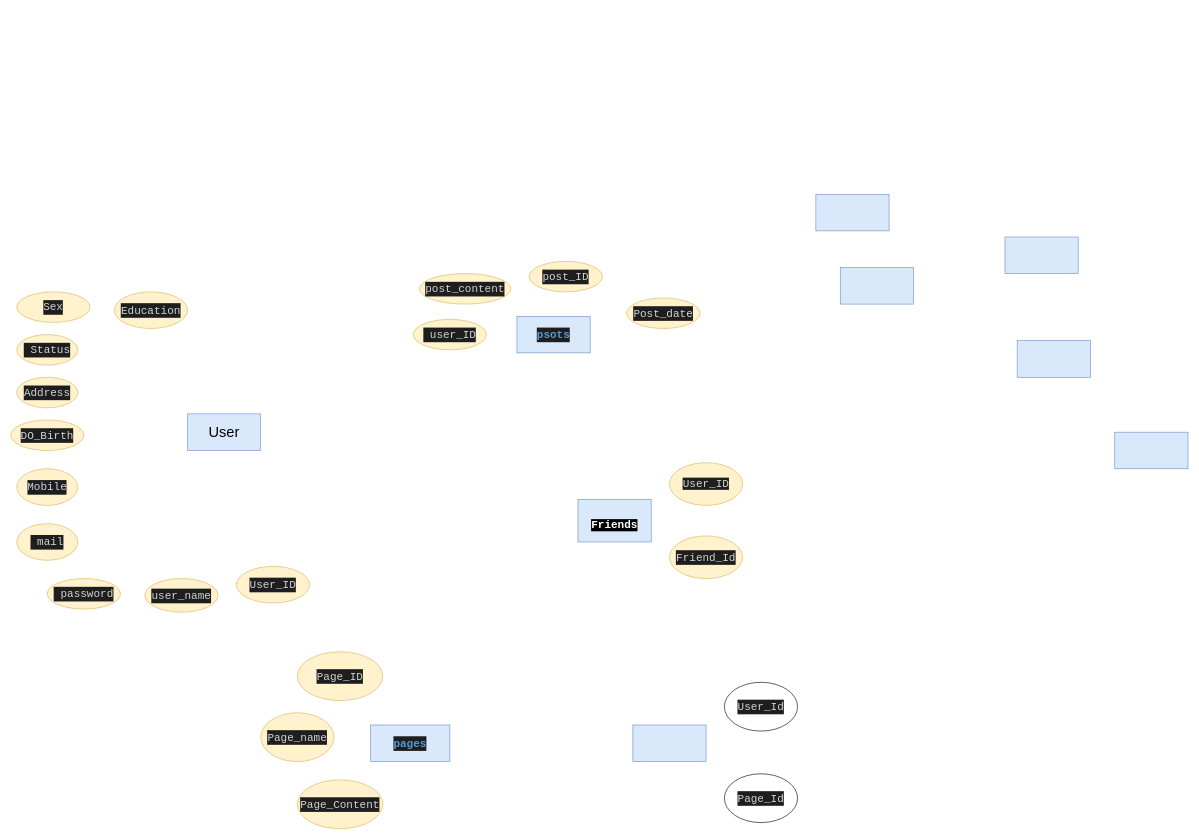
This is weyou/Untitled Diagram.drawio from elarabyelaidy19/database_of_databases, a draw.io file, before an edit. Source tidied: cells renumbered, new cells numbered last; positions are measured from the earlier drawing's top-left corner, leaving out a move shared by most shapes. Both pictures are drawn from the tidied source at 61%, with x=0, y=0 at pixel (10, 194).
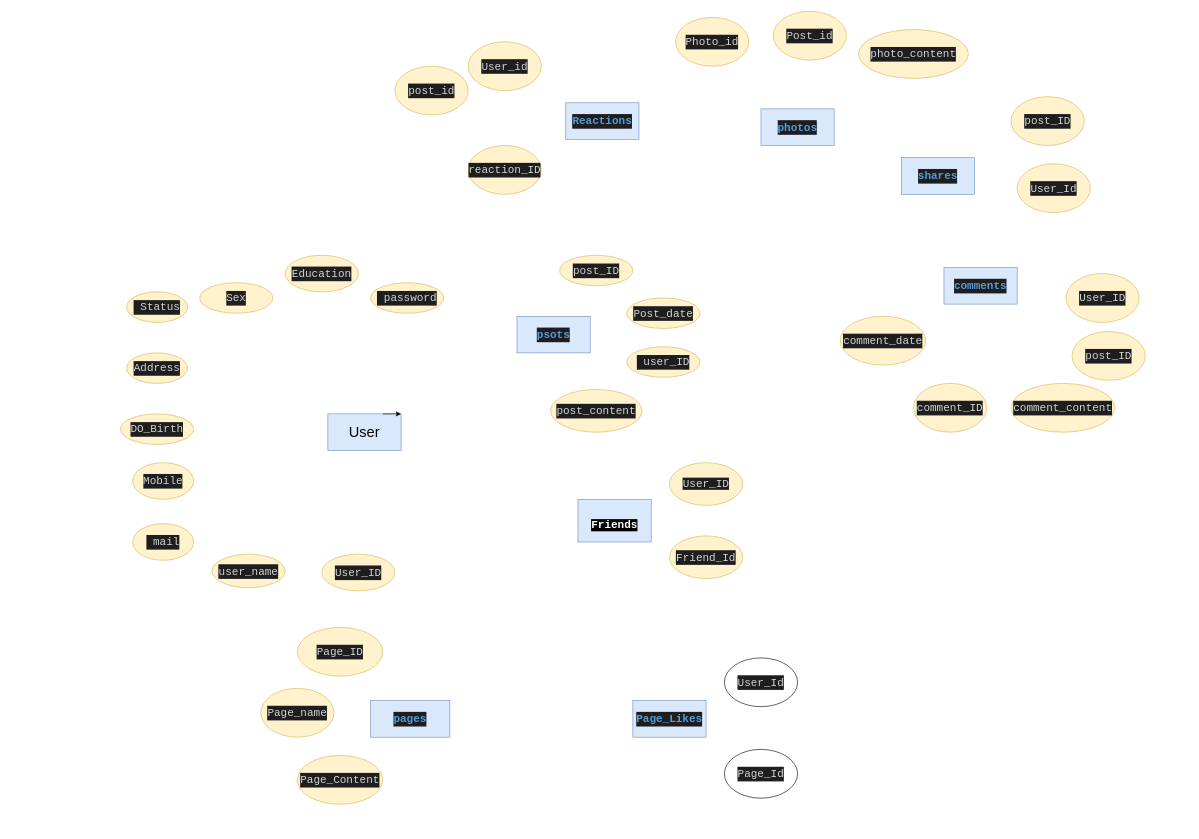
The same diagram, later.

Commit message:
Finsish ERD

The edit, as a diff of the source:
```diff
@@
-    <mxCell id="2" style="rounded=0;whiteSpace=wrap;html=1;fillColor=#dae8fc;strokeColor=#6c8ebf;" parent="1" vertex="1">
-      <mxGeometry x="1650" y="240" width="120" height="60" as="geometry" />
+    <mxCell id="2" value="&#10;&#10;&lt;div style=&quot;color: rgb(212, 212, 212); background-color: rgb(30, 30, 30); font-family: consolas, &amp;quot;courier new&amp;quot;, monospace; font-weight: normal; font-size: 18px; line-height: 24px;&quot;&gt;&lt;div&gt;&lt;span style=&quot;color: #569cd6 ; font-weight: bold&quot;&gt;comments&lt;/span&gt;&lt;/div&gt;&lt;/div&gt;&#10;&#10;" style="rounded=0;whiteSpace=wrap;html=1;fillColor=#dae8fc;strokeColor=#6c8ebf;" parent="1" vertex="1">
+      <mxGeometry x="1530" y="120" width="120" height="60" as="geometry" />
     </mxCell>
-    <mxCell id="3" style="rounded=0;whiteSpace=wrap;html=1;fillColor=#dae8fc;strokeColor=#6c8ebf;" parent="1" vertex="1">
-      <mxGeometry x="1020" y="870" width="120" height="60" as="geometry" />
+    <mxCell id="3" value="&#10;&#10;&lt;div style=&quot;color: rgb(212, 212, 212); background-color: rgb(30, 30, 30); font-family: consolas, &amp;quot;courier new&amp;quot;, monospace; font-weight: normal; font-size: 18px; line-height: 24px;&quot;&gt;&lt;div&gt;&lt;span style=&quot;color: #569cd6 ; font-weight: bold&quot;&gt;Page_Likes&lt;/span&gt;&lt;/div&gt;&lt;/div&gt;&#10;&#10;" style="rounded=0;whiteSpace=wrap;html=1;fillColor=#dae8fc;strokeColor=#6c8ebf;" parent="1" vertex="1">
+      <mxGeometry x="1020" y="830" width="120" height="60" as="geometry" />
     </mxCell>
@@
-    <mxCell id="5" style="rounded=0;whiteSpace=wrap;html=1;fillColor=#dae8fc;strokeColor=#6c8ebf;" parent="1" vertex="1">
-      <mxGeometry x="1360" y="120" width="120" height="60" as="geometry" />
+    <mxCell id="5" value="&#10;&#10;&lt;div style=&quot;color: rgb(212, 212, 212); background-color: rgb(30, 30, 30); font-family: consolas, &amp;quot;courier new&amp;quot;, monospace; font-weight: normal; font-size: 18px; line-height: 24px;&quot;&gt;&lt;div&gt;&lt;span style=&quot;color: #569cd6 ; font-weight: bold&quot;&gt;photos&lt;/span&gt;&lt;/div&gt;&lt;/div&gt;&#10;&#10;" style="rounded=0;whiteSpace=wrap;html=1;fillColor=#dae8fc;strokeColor=#6c8ebf;" parent="1" vertex="1">
+      <mxGeometry x="1230" y="-140" width="120" height="60" as="geometry" />
     </mxCell>
     <mxCell id="6" value="&lt;div style=&quot;color: rgb(212 , 212 , 212) ; background-color: rgb(30 , 30 , 30) ; font-family: &amp;#34;consolas&amp;#34; , &amp;#34;courier new&amp;#34; , monospace ; font-size: 18px ; line-height: 24px&quot;&gt;&lt;span style=&quot;color: #569cd6 ; font-weight: bold&quot;&gt;pages&lt;/span&gt;&lt;/div&gt;" style="rounded=0;whiteSpace=wrap;html=1;fillColor=#dae8fc;strokeColor=#6c8ebf;" parent="1" vertex="1">
-      <mxGeometry x="590" y="870" width="130" height="60" as="geometry" />
+      <mxGeometry x="590" y="830" width="130" height="60" as="geometry" />
     </mxCell>
     <mxCell id="7" value="&lt;font style=&quot;font-size: 24px&quot;&gt;User&lt;/font&gt;" style="rounded=0;whiteSpace=wrap;html=1;fillColor=#dae8fc;strokeColor=#6c8ebf;" parent="1" vertex="1">
-      <mxGeometry x="290" y="360" width="120" height="60" as="geometry" />
+      <mxGeometry x="520" y="360" width="120" height="60" as="geometry" />
     </mxCell>
@@
-    <mxCell id="9" style="rounded=0;whiteSpace=wrap;html=1;fillColor=#dae8fc;strokeColor=#6c8ebf;" parent="1" vertex="1">
-      <mxGeometry x="1810" y="390" width="120" height="60" as="geometry" />
-    </mxCell>
-    <mxCell id="10" style="rounded=0;whiteSpace=wrap;html=1;fillColor=#dae8fc;strokeColor=#6c8ebf;" parent="1" vertex="1">
-      <mxGeometry x="1630" y="70" width="120" height="60" as="geometry" />
+    <mxCell id="10" value="&#10;&#10;&lt;div style=&quot;color: rgb(212, 212, 212); background-color: rgb(30, 30, 30); font-family: consolas, &amp;quot;courier new&amp;quot;, monospace; font-weight: normal; font-size: 18px; line-height: 24px;&quot;&gt;&lt;div&gt;&lt;span style=&quot;color: #569cd6 ; font-weight: bold&quot;&gt;shares&lt;/span&gt;&lt;/div&gt;&lt;/div&gt;&#10;&#10;" style="rounded=0;whiteSpace=wrap;html=1;fillColor=#dae8fc;strokeColor=#6c8ebf;" parent="1" vertex="1">
+      <mxGeometry x="1460" y="-60" width="120" height="60" as="geometry" />
     </mxCell>
-    <mxCell id="11" style="rounded=0;whiteSpace=wrap;html=1;fillColor=#dae8fc;strokeColor=#6c8ebf;" parent="1" vertex="1">
-      <mxGeometry x="1320" width="120" height="60" as="geometry" />
+    <mxCell id="11" value="&lt;div style=&quot;color: rgb(212 , 212 , 212) ; background-color: rgb(30 , 30 , 30) ; font-family: &amp;#34;consolas&amp;#34; , &amp;#34;courier new&amp;#34; , monospace ; font-size: 18px ; line-height: 24px&quot;&gt;&lt;span style=&quot;color: #569cd6 ; font-weight: bold&quot;&gt;Reactions&lt;/span&gt;&lt;/div&gt;" style="rounded=0;whiteSpace=wrap;html=1;fillColor=#dae8fc;strokeColor=#6c8ebf;" parent="1" vertex="1">
+      <mxGeometry x="910" y="-150" width="120" height="60" as="geometry" />
     </mxCell>
     <mxCell id="12" value="&#10;&#10;&lt;div style=&quot;color: rgb(212, 212, 212); background-color: rgb(30, 30, 30); font-family: consolas, &amp;quot;courier new&amp;quot;, monospace; font-weight: normal; font-size: 18px; line-height: 24px;&quot;&gt;&lt;div&gt;&lt;span style=&quot;color: #d4d4d4&quot;&gt;user_name&lt;/span&gt;&lt;/div&gt;&lt;/div&gt;&#10;&#10;" style="ellipse;whiteSpace=wrap;html=1;fillColor=#fff2cc;strokeColor=#d6b656;" parent="1" vertex="1">
-      <mxGeometry x="220" y="630" width="120" height="55" as="geometry" />
+      <mxGeometry x="330" y="590" width="120" height="55" as="geometry" />
     </mxCell>
     <mxCell id="13" value="&#10;&#10;&lt;div style=&quot;color: rgb(212, 212, 212); background-color: rgb(30, 30, 30); font-family: consolas, &amp;quot;courier new&amp;quot;, monospace; font-weight: normal; font-size: 18px; line-height: 24px;&quot;&gt;&lt;div&gt;&lt;span style=&quot;color: #d4d4d4&quot;&gt;&amp;nbsp;Status&lt;/span&gt;&lt;/div&gt;&lt;/div&gt;&#10;&#10;" style="ellipse;whiteSpace=wrap;html=1;fillColor=#fff2cc;strokeColor=#d6b656;" parent="1" vertex="1">
-      <mxGeometry x="10" y="230" width="100" height="50" as="geometry" />
+      <mxGeometry x="190" y="160" width="100" height="50" as="geometry" />
     </mxCell>
     <mxCell id="14" value="&#10;&#10;&lt;div style=&quot;color: rgb(212, 212, 212); background-color: rgb(30, 30, 30); font-family: consolas, &amp;quot;courier new&amp;quot;, monospace; font-weight: normal; font-size: 18px; line-height: 24px;&quot;&gt;&lt;div&gt;&lt;span style=&quot;color: #d4d4d4&quot;&gt;DO_Birth&lt;/span&gt;&lt;/div&gt;&lt;/div&gt;&#10;&#10;" style="ellipse;whiteSpace=wrap;html=1;fillColor=#fff2cc;strokeColor=#d6b656;" parent="1" vertex="1">
-      <mxGeometry y="370" width="120" height="50" as="geometry" />
+      <mxGeometry x="180" y="360" width="120" height="50" as="geometry" />
     </mxCell>
     <mxCell id="15" value="&#10;&#10;&lt;div style=&quot;color: rgb(212, 212, 212); background-color: rgb(30, 30, 30); font-family: consolas, &amp;quot;courier new&amp;quot;, monospace; font-weight: normal; font-size: 18px; line-height: 24px;&quot;&gt;&lt;div&gt;&lt;span style=&quot;color: #d4d4d4&quot;&gt;Education&lt;/span&gt;&lt;/div&gt;&lt;/div&gt;&#10;&#10;" style="ellipse;whiteSpace=wrap;html=1;fillColor=#fff2cc;strokeColor=#d6b656;" parent="1" vertex="1">
-      <mxGeometry x="170" y="160" width="120" height="60" as="geometry" />
+      <mxGeometry x="450" y="100" width="120" height="60" as="geometry" />
     </mxCell>
     <mxCell id="16" value="&#10;&#10;&lt;div style=&quot;color: rgb(212, 212, 212); background-color: rgb(30, 30, 30); font-family: consolas, &amp;quot;courier new&amp;quot;, monospace; font-weight: normal; font-size: 18px; line-height: 24px;&quot;&gt;&lt;div&gt;&lt;span style=&quot;color: #d4d4d4&quot;&gt;&amp;nbsp;password&lt;/span&gt;&lt;/div&gt;&lt;/div&gt;&#10;&#10;" style="ellipse;whiteSpace=wrap;html=1;fillColor=#fff2cc;strokeColor=#d6b656;" parent="1" vertex="1">
-      <mxGeometry x="60" y="630" width="120" height="50" as="geometry" />
+      <mxGeometry x="590" y="145" width="120" height="50" as="geometry" />
     </mxCell>
     <mxCell id="17" value="&#10;&#10;&lt;div style=&quot;color: rgb(212, 212, 212); background-color: rgb(30, 30, 30); font-family: consolas, &amp;quot;courier new&amp;quot;, monospace; font-weight: normal; font-size: 18px; line-height: 24px;&quot;&gt;&lt;div&gt;&lt;span style=&quot;color: #d4d4d4&quot;&gt;Sex&lt;/span&gt;&lt;/div&gt;&lt;/div&gt;&#10;&#10;" style="ellipse;whiteSpace=wrap;html=1;fillColor=#fff2cc;strokeColor=#d6b656;" parent="1" vertex="1">
-      <mxGeometry x="10" y="160" width="120" height="50" as="geometry" />
+      <mxGeometry x="310" y="145" width="120" height="50" as="geometry" />
     </mxCell>
     <mxCell id="18" value="&#10;&#10;&lt;div style=&quot;color: rgb(212, 212, 212); background-color: rgb(30, 30, 30); font-family: consolas, &amp;quot;courier new&amp;quot;, monospace; font-weight: normal; font-size: 18px; line-height: 24px;&quot;&gt;&lt;div&gt;&lt;span style=&quot;color: #d4d4d4&quot;&gt;User_ID&lt;/span&gt;&lt;/div&gt;&lt;/div&gt;&#10;&#10;" style="ellipse;whiteSpace=wrap;html=1;fillColor=#fff2cc;strokeColor=#d6b656;" parent="1" vertex="1">
-      <mxGeometry x="370" y="610" width="120" height="60" as="geometry" />
+      <mxGeometry x="510" y="590" width="120" height="60" as="geometry" />
     </mxCell>
     <mxCell id="19" value="&#10;&#10;&lt;div style=&quot;color: rgb(212, 212, 212); background-color: rgb(30, 30, 30); font-family: consolas, &amp;quot;courier new&amp;quot;, monospace; font-weight: normal; font-size: 18px; line-height: 24px;&quot;&gt;&lt;div&gt;&lt;span style=&quot;color: #d4d4d4&quot;&gt;Address&lt;/span&gt;&lt;/div&gt;&lt;/div&gt;&#10;&#10;" style="ellipse;whiteSpace=wrap;html=1;fillColor=#fff2cc;strokeColor=#d6b656;" parent="1" vertex="1">
-      <mxGeometry x="10" y="300" width="100" height="50" as="geometry" />
+      <mxGeometry x="190" y="260" width="100" height="50" as="geometry" />
     </mxCell>
     <mxCell id="20" value="&#10;&#10;&lt;div style=&quot;color: rgb(212, 212, 212); background-color: rgb(30, 30, 30); font-family: consolas, &amp;quot;courier new&amp;quot;, monospace; font-weight: normal; font-size: 18px; line-height: 24px;&quot;&gt;&lt;div&gt;&lt;span style=&quot;color: #d4d4d4&quot;&gt;&amp;nbsp;mail&lt;/span&gt;&lt;/div&gt;&lt;/div&gt;&#10;&#10;" style="ellipse;whiteSpace=wrap;html=1;fillColor=#fff2cc;strokeColor=#d6b656;" parent="1" vertex="1">
-      <mxGeometry x="10" y="540" width="100" height="60" as="geometry" />
+      <mxGeometry x="200" y="540" width="100" height="60" as="geometry" />
     </mxCell>
     <mxCell id="21" value="&lt;div style=&quot;color: rgb(212 , 212 , 212) ; background-color: rgb(30 , 30 , 30) ; font-family: &amp;#34;consolas&amp;#34; , &amp;#34;courier new&amp;#34; , monospace ; font-size: 18px ; line-height: 24px&quot;&gt;Mobile&lt;/div&gt;" style="ellipse;whiteSpace=wrap;html=1;fillColor=#fff2cc;strokeColor=#d6b656;" parent="1" vertex="1">
-      <mxGeometry x="10" y="450" width="100" height="60" as="geometry" />
+      <mxGeometry x="200" y="440" width="100" height="60" as="geometry" />
     </mxCell>
     <mxCell id="22" value="&lt;div style=&quot;color: rgb(212 , 212 , 212) ; background-color: rgb(30 , 30 , 30) ; font-family: &amp;#34;consolas&amp;#34; , &amp;#34;courier new&amp;#34; , monospace ; font-size: 18px ; line-height: 24px&quot;&gt;&lt;div style=&quot;font-family: &amp;#34;consolas&amp;#34; , &amp;#34;courier new&amp;#34; , monospace ; line-height: 24px&quot;&gt;&amp;nbsp;user_ID&lt;/div&gt;&lt;/div&gt;" style="ellipse;whiteSpace=wrap;html=1;fillColor=#fff2cc;strokeColor=#d6b656;" parent="1" vertex="1">
-      <mxGeometry x="660" y="205" width="120" height="50" as="geometry" />
+      <mxGeometry x="1010" y="250" width="120" height="50" as="geometry" />
     </mxCell>
@@
     <mxCell id="24" value="&lt;div style=&quot;color: rgb(212 , 212 , 212) ; background-color: rgb(30 , 30 , 30) ; font-family: &amp;#34;consolas&amp;#34; , &amp;#34;courier new&amp;#34; , monospace ; font-weight: normal ; font-size: 18px ; line-height: 24px&quot;&gt;&lt;br&gt;&lt;/div&gt;" style="text;whiteSpace=wrap;html=1;" parent="1" vertex="1">
-      <mxGeometry x="1050" width="90" height="40" as="geometry" />
+      <mxGeometry x="910" width="90" height="40" as="geometry" />
     </mxCell>
     <mxCell id="25" value="&lt;div style=&quot;color: rgb(212 , 212 , 212) ; background-color: rgb(30 , 30 , 30) ; font-family: &amp;#34;consolas&amp;#34; , &amp;#34;courier new&amp;#34; , monospace ; font-size: 18px ; line-height: 24px&quot;&gt;&lt;div style=&quot;font-family: &amp;#34;consolas&amp;#34; , &amp;#34;courier new&amp;#34; , monospace ; line-height: 24px&quot;&gt;post_ID&lt;/div&gt;&lt;/div&gt;" style="ellipse;whiteSpace=wrap;html=1;fillColor=#fff2cc;strokeColor=#d6b656;" parent="1" vertex="1">
-      <mxGeometry x="850" y="110" width="120" height="50" as="geometry" />
+      <mxGeometry x="900" y="100" width="120" height="50" as="geometry" />
     </mxCell>
     <mxCell id="26" value="&lt;div style=&quot;color: rgb(212 , 212 , 212) ; background-color: rgb(30 , 30 , 30) ; font-family: &amp;#34;consolas&amp;#34; , &amp;#34;courier new&amp;#34; , monospace ; font-size: 18px ; line-height: 24px&quot;&gt;&lt;div style=&quot;font-family: &amp;#34;consolas&amp;#34; , &amp;#34;courier new&amp;#34; , monospace ; line-height: 24px&quot;&gt;post_content&lt;/div&gt;&lt;/div&gt;" style="ellipse;whiteSpace=wrap;html=1;fillColor=#fff2cc;strokeColor=#d6b656;" parent="1" vertex="1">
-      <mxGeometry x="670" y="130" width="150" height="50" as="geometry" />
+      <mxGeometry x="885" y="320" width="150" height="70" as="geometry" />
     </mxCell>
@@
     <mxCell id="29" value="&lt;div style=&quot;color: rgb(212 , 212 , 212) ; background-color: rgb(30 , 30 , 30) ; font-family: &amp;#34;consolas&amp;#34; , &amp;#34;courier new&amp;#34; , monospace ; font-size: 18px ; line-height: 24px&quot;&gt;Page_ID&lt;/div&gt;" style="ellipse;whiteSpace=wrap;html=1;fillColor=#fff2cc;strokeColor=#d6b656;" parent="1" vertex="1">
-      <mxGeometry x="470" y="750" width="140" height="80" as="geometry" />
+      <mxGeometry x="470" y="710" width="140" height="80" as="geometry" />
     </mxCell>
     <mxCell id="30" value="&lt;div style=&quot;color: rgb(212 , 212 , 212) ; background-color: rgb(30 , 30 , 30) ; font-family: &amp;#34;consolas&amp;#34; , &amp;#34;courier new&amp;#34; , monospace ; font-size: 18px ; line-height: 24px&quot;&gt;Page_name&lt;/div&gt;" style="ellipse;whiteSpace=wrap;html=1;fillColor=#fff2cc;strokeColor=#d6b656;" parent="1" vertex="1">
-      <mxGeometry x="410" y="850" width="120" height="80" as="geometry" />
+      <mxGeometry x="410" y="810" width="120" height="80" as="geometry" />
     </mxCell>
     <mxCell id="31" value="&lt;div style=&quot;color: rgb(212 , 212 , 212) ; background-color: rgb(30 , 30 , 30) ; font-family: &amp;#34;consolas&amp;#34; , &amp;#34;courier new&amp;#34; , monospace ; font-size: 18px ; line-height: 24px&quot;&gt;Page_Content&lt;/div&gt;" style="ellipse;whiteSpace=wrap;html=1;fillColor=#fff2cc;strokeColor=#d6b656;" parent="1" vertex="1">
-      <mxGeometry x="470" y="960" width="140" height="80" as="geometry" />
+      <mxGeometry x="470" y="920" width="140" height="80" as="geometry" />
     </mxCell>
     <mxCell id="32" value="&lt;div style=&quot;color: rgb(212 , 212 , 212) ; background-color: rgb(30 , 30 , 30) ; font-family: &amp;#34;consolas&amp;#34; , &amp;#34;courier new&amp;#34; , monospace ; font-size: 18px ; line-height: 24px&quot;&gt;User_Id&lt;/div&gt;" style="ellipse;whiteSpace=wrap;html=1;" parent="1" vertex="1">
-      <mxGeometry x="1170" y="800" width="120" height="80" as="geometry" />
+      <mxGeometry x="1170" y="760" width="120" height="80" as="geometry" />
     </mxCell>
     <mxCell id="33" value="&lt;div style=&quot;color: rgb(212 , 212 , 212) ; background-color: rgb(30 , 30 , 30) ; font-family: &amp;#34;consolas&amp;#34; , &amp;#34;courier new&amp;#34; , monospace ; font-size: 18px ; line-height: 24px&quot;&gt;Page_Id&lt;/div&gt;" style="ellipse;whiteSpace=wrap;html=1;" parent="1" vertex="1">
-      <mxGeometry x="1170" y="950" width="120" height="80" as="geometry" />
+      <mxGeometry x="1170" y="910" width="120" height="80" as="geometry" />
     </mxCell>
+    <mxCell id="34" value="&#10;&#10;&lt;div style=&quot;color: rgb(212, 212, 212); background-color: rgb(30, 30, 30); font-family: consolas, &amp;quot;courier new&amp;quot;, monospace; font-weight: normal; font-size: 18px; line-height: 24px;&quot;&gt;&lt;div&gt;&lt;span style=&quot;color: #d4d4d4&quot;&gt;User_id&lt;/span&gt;&lt;/div&gt;&lt;/div&gt;&#10;&#10;" style="ellipse;whiteSpace=wrap;html=1;fillColor=#fff2cc;strokeColor=#d6b656;" parent="1" vertex="1">
+      <mxGeometry x="750" y="-250" width="120" height="80" as="geometry" />
+    </mxCell>
+    <mxCell id="35" value="&#10;&#10;&lt;div style=&quot;color: rgb(212, 212, 212); background-color: rgb(30, 30, 30); font-family: consolas, &amp;quot;courier new&amp;quot;, monospace; font-weight: normal; font-size: 18px; line-height: 24px;&quot;&gt;&lt;div&gt;&lt;span style=&quot;color: #d4d4d4&quot;&gt;reaction_ID&lt;/span&gt;&lt;/div&gt;&lt;/div&gt;&#10;&#10;" style="ellipse;whiteSpace=wrap;html=1;fillColor=#fff2cc;strokeColor=#d6b656;" parent="1" vertex="1">
+      <mxGeometry x="750" y="-80" width="120" height="80" as="geometry" />
+    </mxCell>
+    <mxCell id="36" value="&#10;&#10;&lt;div style=&quot;color: rgb(212, 212, 212); background-color: rgb(30, 30, 30); font-family: consolas, &amp;quot;courier new&amp;quot;, monospace; font-weight: normal; font-size: 18px; line-height: 24px;&quot;&gt;&lt;div&gt;&lt;span style=&quot;color: #d4d4d4&quot;&gt;post_id&lt;/span&gt;&lt;/div&gt;&lt;/div&gt;&#10;&#10;" style="ellipse;whiteSpace=wrap;html=1;fillColor=#fff2cc;strokeColor=#d6b656;" parent="1" vertex="1">
+      <mxGeometry x="630" y="-210" width="120" height="80" as="geometry" />
+    </mxCell>
+    <mxCell id="37" value="&#10;&#10;&lt;div style=&quot;color: rgb(212, 212, 212); background-color: rgb(30, 30, 30); font-family: consolas, &amp;quot;courier new&amp;quot;, monospace; font-weight: normal; font-size: 18px; line-height: 24px;&quot;&gt;&lt;div&gt;&lt;span style=&quot;color: #d4d4d4&quot;&gt;photo_content&lt;/span&gt;&lt;/div&gt;&lt;/div&gt;&#10;&#10;" style="ellipse;whiteSpace=wrap;html=1;fillColor=#fff2cc;strokeColor=#d6b656;" parent="1" vertex="1">
+      <mxGeometry x="1390" y="-270" width="180" height="80" as="geometry" />
+    </mxCell>
+    <mxCell id="38" value="&#10;&#10;&lt;div style=&quot;color: rgb(212, 212, 212); background-color: rgb(30, 30, 30); font-family: consolas, &amp;quot;courier new&amp;quot;, monospace; font-weight: normal; font-size: 18px; line-height: 24px;&quot;&gt;&lt;div&gt;&lt;span style=&quot;color: #d4d4d4&quot;&gt;Post_id&lt;/span&gt;&lt;/div&gt;&lt;/div&gt;&#10;&#10;" style="ellipse;whiteSpace=wrap;html=1;fillColor=#fff2cc;strokeColor=#d6b656;" parent="1" vertex="1">
+      <mxGeometry x="1250" y="-300" width="120" height="80" as="geometry" />
+    </mxCell>
+    <mxCell id="39" value="&#10;&#10;&lt;div style=&quot;color: rgb(212, 212, 212); background-color: rgb(30, 30, 30); font-family: consolas, &amp;quot;courier new&amp;quot;, monospace; font-weight: normal; font-size: 18px; line-height: 24px;&quot;&gt;&lt;div&gt;&lt;span style=&quot;color: #d4d4d4&quot;&gt;Photo_id&lt;/span&gt;&lt;/div&gt;&lt;/div&gt;&#10;&#10;" style="ellipse;whiteSpace=wrap;html=1;fillColor=#fff2cc;strokeColor=#d6b656;" parent="1" vertex="1">
+      <mxGeometry x="1090" y="-290" width="120" height="80" as="geometry" />
+    </mxCell>
+    <mxCell id="40" value="&#10;&#10;&lt;div style=&quot;color: rgb(212, 212, 212); background-color: rgb(30, 30, 30); font-family: consolas, &amp;quot;courier new&amp;quot;, monospace; font-weight: normal; font-size: 18px; line-height: 24px;&quot;&gt;&lt;div&gt;&lt;span style=&quot;color: #d4d4d4&quot;&gt;post_ID&lt;/span&gt;&lt;/div&gt;&lt;/div&gt;&#10;&#10;" style="ellipse;whiteSpace=wrap;html=1;fillColor=#fff2cc;strokeColor=#d6b656;" parent="1" vertex="1">
+      <mxGeometry x="1640" y="-160" width="120" height="80" as="geometry" />
+    </mxCell>
+    <mxCell id="41" value="&#10;&#10;&lt;div style=&quot;color: rgb(212, 212, 212); background-color: rgb(30, 30, 30); font-family: consolas, &amp;quot;courier new&amp;quot;, monospace; font-weight: normal; font-size: 18px; line-height: 24px;&quot;&gt;&lt;div&gt;&lt;span style=&quot;color: #d4d4d4&quot;&gt;User_Id&lt;/span&gt;&lt;/div&gt;&lt;/div&gt;&#10;&#10;" style="ellipse;whiteSpace=wrap;html=1;fillColor=#fff2cc;strokeColor=#d6b656;" parent="1" vertex="1">
+      <mxGeometry x="1650" y="-50" width="120" height="80" as="geometry" />
+    </mxCell>
+    <mxCell id="42" value="&#10;&#10;&lt;div style=&quot;color: rgb(212, 212, 212); background-color: rgb(30, 30, 30); font-family: consolas, &amp;quot;courier new&amp;quot;, monospace; font-weight: normal; font-size: 18px; line-height: 24px;&quot;&gt;&lt;div&gt;&lt;span style=&quot;color: #d4d4d4&quot;&gt;comment_ID&lt;/span&gt;&lt;/div&gt;&lt;/div&gt;&#10;&#10;" style="ellipse;whiteSpace=wrap;html=1;fillColor=#fff2cc;strokeColor=#d6b656;" parent="1" vertex="1">
+      <mxGeometry x="1480" y="310" width="120" height="80" as="geometry" />
+    </mxCell>
+    <mxCell id="43" value="&#10;&#10;&lt;div style=&quot;color: rgb(212, 212, 212); background-color: rgb(30, 30, 30); font-family: consolas, &amp;quot;courier new&amp;quot;, monospace; font-weight: normal; font-size: 18px; line-height: 24px;&quot;&gt;&lt;div&gt;&lt;span style=&quot;color: #d4d4d4&quot;&gt;User_ID&lt;/span&gt;&lt;/div&gt;&lt;/div&gt;&#10;&#10;" style="ellipse;whiteSpace=wrap;html=1;fillColor=#fff2cc;strokeColor=#d6b656;" parent="1" vertex="1">
+      <mxGeometry x="1730" y="130" width="120" height="80" as="geometry" />
+    </mxCell>
+    <mxCell id="44" value="&#10;&#10;&lt;div style=&quot;color: rgb(212, 212, 212); background-color: rgb(30, 30, 30); font-family: consolas, &amp;quot;courier new&amp;quot;, monospace; font-weight: normal; font-size: 18px; line-height: 24px;&quot;&gt;&lt;div&gt;&lt;span style=&quot;color: #d4d4d4&quot;&gt;post_ID&lt;/span&gt;&lt;/div&gt;&lt;/div&gt;&#10;&#10;" style="ellipse;whiteSpace=wrap;html=1;fillColor=#fff2cc;strokeColor=#d6b656;" parent="1" vertex="1">
+      <mxGeometry x="1740" y="225" width="120" height="80" as="geometry" />
+    </mxCell>
+    <mxCell id="45" value="&#10;&#10;&lt;div style=&quot;color: rgb(212, 212, 212); background-color: rgb(30, 30, 30); font-family: consolas, &amp;quot;courier new&amp;quot;, monospace; font-weight: normal; font-size: 18px; line-height: 24px;&quot;&gt;&lt;div&gt;&lt;span style=&quot;color: #d4d4d4&quot;&gt;comment_content&lt;/span&gt;&lt;/div&gt;&lt;/div&gt;&#10;&#10;" style="ellipse;whiteSpace=wrap;html=1;fillColor=#fff2cc;strokeColor=#d6b656;" parent="1" vertex="1">
+      <mxGeometry x="1640" y="310" width="170" height="80" as="geometry" />
+    </mxCell>
+    <mxCell id="46" value="&#10;&#10;&lt;div style=&quot;color: rgb(212, 212, 212); background-color: rgb(30, 30, 30); font-family: consolas, &amp;quot;courier new&amp;quot;, monospace; font-weight: normal; font-size: 18px; line-height: 24px;&quot;&gt;&lt;div&gt;&lt;span style=&quot;color: #d4d4d4&quot;&gt;comment_date&lt;/span&gt;&lt;/div&gt;&lt;/div&gt;&#10;&#10;" style="ellipse;whiteSpace=wrap;html=1;fillColor=#fff2cc;strokeColor=#d6b656;" parent="1" vertex="1">
+      <mxGeometry x="1360" y="200" width="140" height="80" as="geometry" />
+    </mxCell>
+    <mxCell id="47" style="edgeStyle=orthogonalEdgeStyle;rounded=0;orthogonalLoop=1;jettySize=auto;html=1;exitX=0.75;exitY=0;exitDx=0;exitDy=0;entryX=1;entryY=0;entryDx=0;entryDy=0;" parent="1" edge="1" source="7" target="7">
+      <mxGeometry relative="1" as="geometry" />
+    </mxCell>
```
